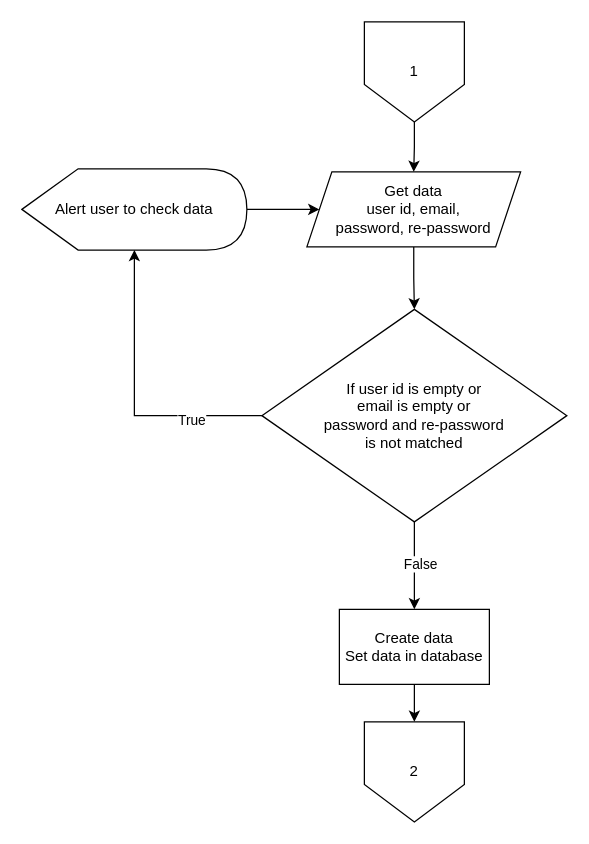
Earlier version of the draw.io diagram page "1 Register" (2 of 4) of diagrams/program.drawio (University-Bangkok-JW/cs497-project). Source tidied: cells renumbered, new cells numbered last; positions are measured from the earlier drawing's top-left corner, leaving out a move shared by most shapes. Both pictures are drawn from the tidied source at 125%, with x=0, y=0 at pixel (21, 21).
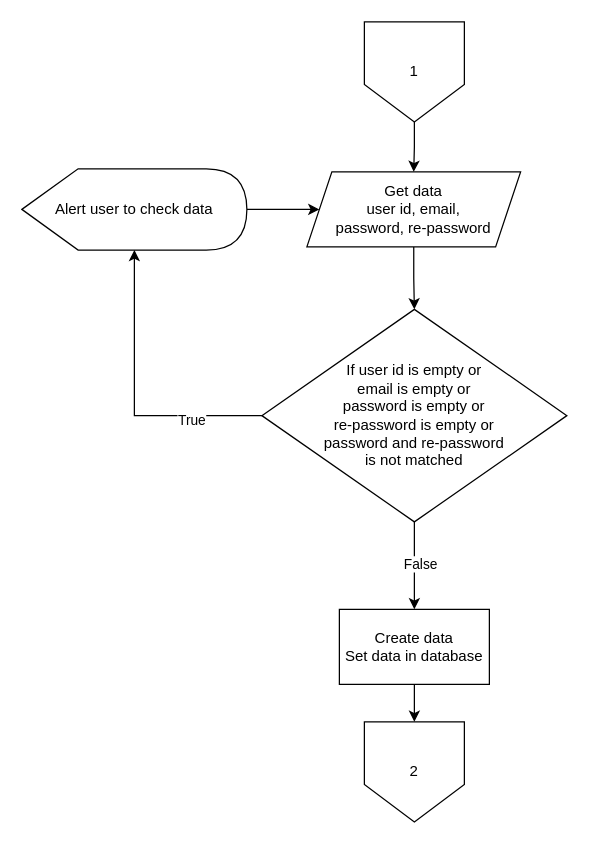
The same diagram, later.

Commit message:
[register] Fix check value for pwd and re-pwd is empty

What changed in the source:
```diff
@@
 <mxGraphModel>
   <root>
     <mxCell id="0" />
     <mxCell id="1" parent="0" />
     <mxCell id="2" style="edgeStyle=orthogonalEdgeStyle;rounded=0;jettySize=auto;html=1;" parent="1" edge="1" source="3" target="5">
       <mxGeometry relative="1" as="geometry" />
     </mxCell>
     <mxCell id="3" value="1" style="shape=offPageConnector;whiteSpace=wrap;html=1;" parent="1" vertex="1">
       <mxGeometry x="274" width="80" height="80" as="geometry" />
     </mxCell>
     <mxCell id="4" style="edgeStyle=orthogonalEdgeStyle;rounded=0;jettySize=auto;html=1;" parent="1" edge="1" source="5" target="12">
       <mxGeometry relative="1" as="geometry" />
     </mxCell>
     <mxCell id="5" value="Get data&lt;div&gt;user id, email,&lt;/div&gt;&lt;div&gt;&lt;span style=&quot;background-color: initial;&quot;&gt;password, re-password&lt;/span&gt;&lt;/div&gt;" style="shape=parallelogram;perimeter=parallelogramPerimeter;whiteSpace=wrap;html=1;fixedSize=1;" parent="1" vertex="1">
       <mxGeometry x="228" y="120" width="171" height="60" as="geometry" />
     </mxCell>
     <mxCell id="6" style="edgeStyle=orthogonalEdgeStyle;rounded=0;jettySize=auto;html=1;" parent="1" edge="1" source="7" target="15">
       <mxGeometry relative="1" as="geometry" />
     </mxCell>
     <mxCell id="7" value="Create data&lt;div&gt;Set data in database&lt;/div&gt;" style="rounded=0;whiteSpace=wrap;html=1;" parent="1" vertex="1">
       <mxGeometry x="254" y="470" width="120" height="60" as="geometry" />
     </mxCell>
     <mxCell id="8" style="edgeStyle=orthogonalEdgeStyle;rounded=0;jettySize=auto;html=1;" parent="1" edge="1" source="12" target="14">
       <mxGeometry relative="1" as="geometry" />
     </mxCell>
     <mxCell id="9" value="True" style="edgeLabel;html=1;align=center;verticalAlign=middle;" parent="8" vertex="1">
       <mxGeometry x="-0.51" y="3" relative="1" as="geometry" />
     </mxCell>
     <mxCell id="10" style="edgeStyle=orthogonalEdgeStyle;rounded=0;jettySize=auto;html=1;" parent="1" edge="1" source="12" target="7">
       <mxGeometry relative="1" as="geometry" />
     </mxCell>
     <mxCell id="11" value="False" style="edgeLabel;html=1;align=center;verticalAlign=middle;" parent="10" vertex="1">
       <mxGeometry x="-0.06" y="4" relative="1" as="geometry" />
     </mxCell>
-    <mxCell id="12" value="If user id is empty or&lt;div&gt;email is empty&amp;nbsp;&lt;span style=&quot;background-color: initial;&quot;&gt;or&lt;/span&gt;&lt;/div&gt;&lt;div&gt;&lt;span style=&quot;background-color: initial;&quot;&gt;password and re-password&lt;/span&gt;&lt;/div&gt;&lt;div&gt;&lt;span style=&quot;background-color: initial;&quot;&gt;is not matched&lt;br&gt;&lt;/span&gt;&lt;/div&gt;" style="rhombus;whiteSpace=wrap;html=1;" parent="1" vertex="1">
+    <mxCell id="12" value="If user id is empty or&lt;div&gt;email is empty&amp;nbsp;&lt;span style=&quot;background-color: initial;&quot;&gt;or&lt;/span&gt;&lt;/div&gt;&lt;div&gt;&lt;span style=&quot;background-color: initial;&quot;&gt;password&amp;nbsp;&lt;/span&gt;&lt;span style=&quot;background-color: initial;&quot;&gt;is empty&amp;nbsp;&lt;/span&gt;&lt;span style=&quot;background-color: initial;&quot;&gt;or&lt;/span&gt;&lt;/div&gt;&lt;div&gt;&lt;span style=&quot;background-color: initial;&quot;&gt;re-password&amp;nbsp;&lt;/span&gt;&lt;span style=&quot;background-color: initial;&quot;&gt;is empty&amp;nbsp;&lt;/span&gt;&lt;span style=&quot;background-color: initial;&quot;&gt;or&lt;/span&gt;&lt;/div&gt;&lt;div&gt;&lt;span style=&quot;background-color: initial;&quot;&gt;password and re-password&lt;/span&gt;&lt;/div&gt;&lt;div&gt;&lt;span style=&quot;background-color: initial;&quot;&gt;is not matched&lt;br&gt;&lt;/span&gt;&lt;/div&gt;" style="rhombus;whiteSpace=wrap;html=1;" parent="1" vertex="1">
       <mxGeometry x="192" y="230" width="244" height="170" as="geometry" />
     </mxCell>
     <mxCell id="13" style="edgeStyle=orthogonalEdgeStyle;rounded=0;jettySize=auto;html=1;" parent="1" edge="1" source="14" target="5">
       <mxGeometry relative="1" as="geometry" />
     </mxCell>
     <mxCell id="14" value="Alert user to check data" style="shape=display;whiteSpace=wrap;html=1;" parent="1" vertex="1">
       <mxGeometry y="117.5" width="180" height="65" as="geometry" />
     </mxCell>
     <mxCell id="15" value="2" style="shape=offPageConnector;whiteSpace=wrap;html=1;" parent="1" vertex="1">
       <mxGeometry x="274" y="560" width="80" height="80" as="geometry" />
     </mxCell>
   </root>
 </mxGraphModel>
```
